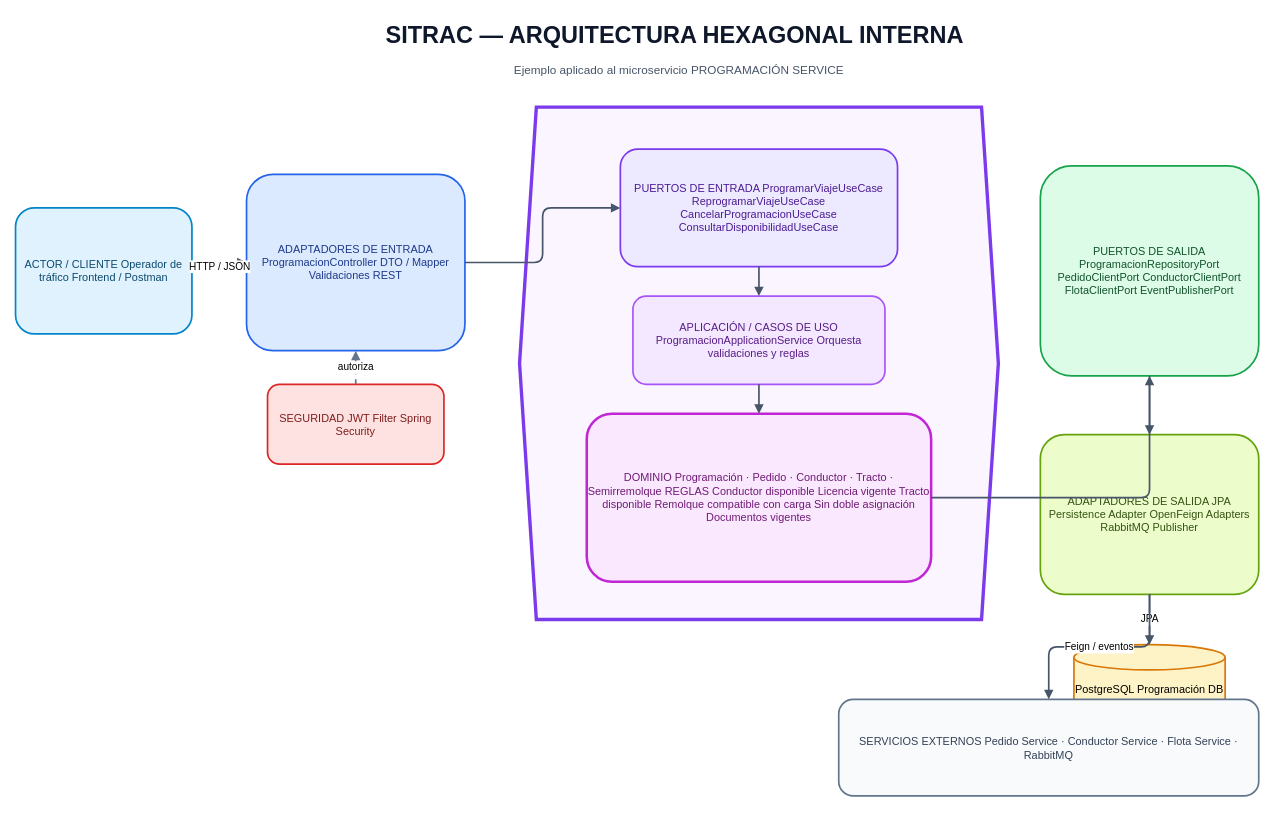
yankardev/sitrac keeps this draw.io diagram as page "02 - Hexagonal Interna" (2 of 3) of docs/SITRAC_Arquitectura_Proyecto.drawio. Above is the earlier version. Source tidied: cells renumbered, new cells numbered last; positions are measured from the earlier drawing's top-left corner, leaving out a move shared by most shapes. Both pictures are drawn from the tidied source at 84%, with x=0, y=0 at pixel (15, 14).
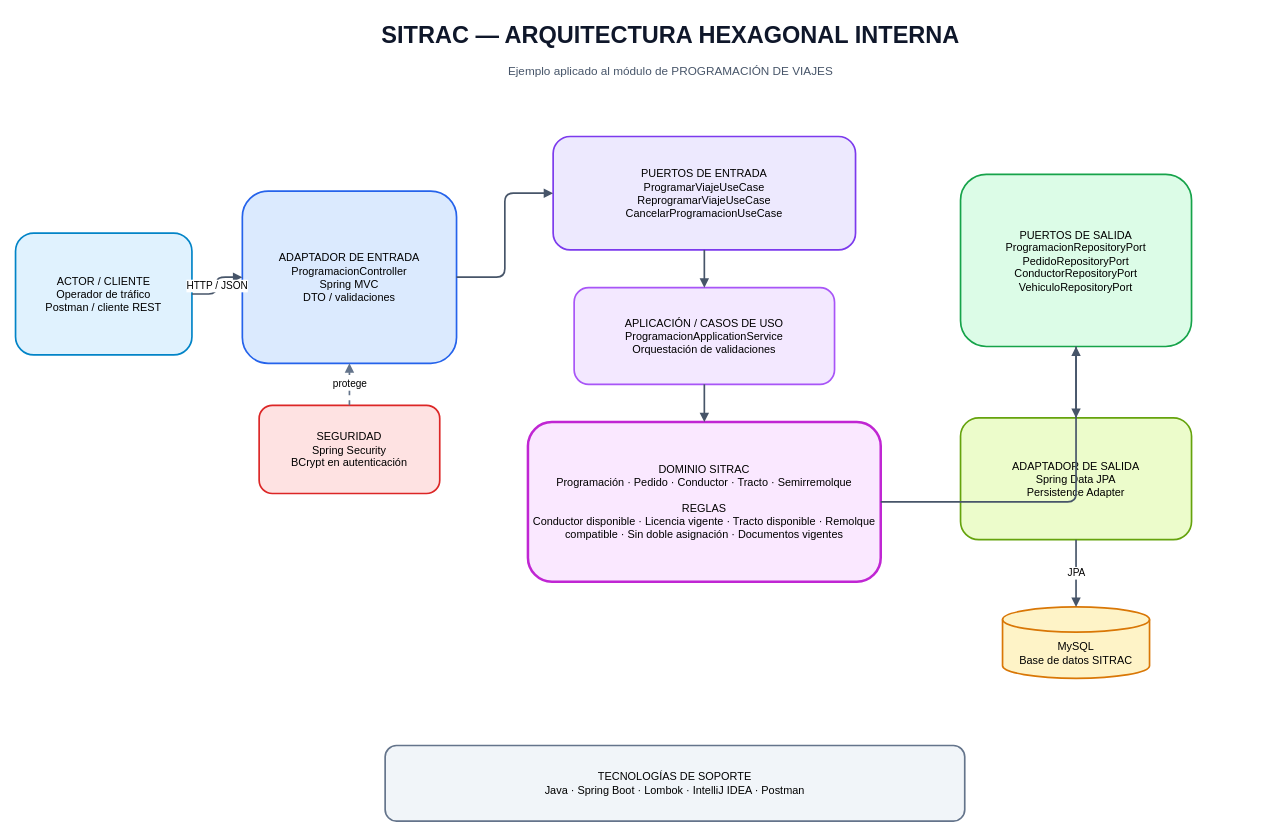
After the change.

Commit message (it also covers changes not shown here):
Actualiza diagramas SITRAC con IntelliJ IDEA, MySQL y stack requerido por el proyecto

Diff of the diagram source:
```diff
@@
-    <mxCell id="2" value="SITRAC — ARQUITECTURA HEXAGONAL INTERNA" style="text;html=1;align=center;verticalAlign=middle;whiteSpace=wrap;fontSize=28;fontStyle=1;fontColor=#0F172A;" parent="1" vertex="1">
-      <mxGeometry x="270" width="1030" height="48" as="geometry" />
+    <mxCell id="2" value="SITRAC — ARQUITECTURA HEXAGONAL INTERNA" style="text;html=1;align=center;verticalAlign=middle;whiteSpace=wrap;fontColor=#0F172A;fontSize=28;fontStyle=1;" parent="1" vertex="1">
+      <mxGeometry x="260" width="1040" height="48" as="geometry" />
     </mxCell>
-    <mxCell id="3" value="Ejemplo aplicado al microservicio PROGRAMACIÓN SERVICE" style="text;html=1;align=center;verticalAlign=middle;whiteSpace=wrap;fontSize=14;fontColor=#475569;" parent="1" vertex="1">
-      <mxGeometry x="380" y="52" width="820" height="28" as="geometry" />
-    </mxCell>
-    <mxCell id="4" value="ACTOR / CLIENTE  Operador de tráfico Frontend / Postman" style="rounded=1;whiteSpace=wrap;html=1;strokeWidth=2;fontSize=13;align=center;verticalAlign=middle;fillColor=#E0F2FE;strokeColor=#0284C7;fontColor=#0C4A6E;" parent="1" vertex="1">
-      <mxGeometry y="230" width="210" height="150" as="geometry" />
-    </mxCell>
-    <mxCell id="5" value="ADAPTADORES DE ENTRADA  ProgramacionController DTO / Mapper Validaciones REST" style="rounded=1;whiteSpace=wrap;html=1;strokeWidth=2;fontSize=13;align=center;verticalAlign=middle;fillColor=#DBEAFE;strokeColor=#2563EB;fontColor=#1E3A8A;" parent="1" vertex="1">
-      <mxGeometry x="275" y="190" width="260" height="210" as="geometry" />
-    </mxCell>
-    <mxCell id="6" value="SEGURIDAD  JWT Filter Spring Security" style="rounded=1;whiteSpace=wrap;html=1;strokeWidth=2;fontSize=13;align=center;verticalAlign=middle;fillColor=#FEE2E2;strokeColor=#DC2626;fontColor=#7F1D1D;" parent="1" vertex="1">
-      <mxGeometry x="300" y="440" width="210" height="95" as="geometry" />
-    </mxCell>
-    <mxCell id="7" style="shape=hexagon;perimeter=hexagonPerimeter2;whiteSpace=wrap;html=1;fixedSize=1;fillColor=#FAF5FF;strokeColor=#7C3AED;strokeWidth=4;" parent="1" vertex="1">
-      <mxGeometry x="600" y="110" width="570" height="610" as="geometry" />
-    </mxCell>
+    <mxCell id="24" value="Ejemplo aplicado al módulo de PROGRAMACIÓN DE VIAJES" style="text;html=1;align=center;verticalAlign=middle;whiteSpace=wrap;fontColor=#0F172A;fontSize=14;fontColor=#475569;" parent="1" vertex="1">
+      <mxGeometry x="350" y="52" width="860" height="30" as="geometry" />
+    </mxCell>
+    <mxCell id="25" value="ACTOR / CLIENTE&#10;Operador de tráfico&#10;Postman / cliente REST" style="rounded=1;whiteSpace=wrap;html=1;strokeWidth=2;fontSize=13;align=center;verticalAlign=middle;fillColor=#E0F2FE;strokeColor=#0284C7;" parent="1" vertex="1">
+      <mxGeometry y="260" width="210" height="145" as="geometry" />
+    </mxCell>
+    <mxCell id="26" value="ADAPTADOR DE ENTRADA&#10;ProgramacionController&#10;Spring MVC&#10;DTO / validaciones" style="rounded=1;whiteSpace=wrap;html=1;strokeWidth=2;fontSize=13;align=center;verticalAlign=middle;fillColor=#DBEAFE;strokeColor=#2563EB;" parent="1" vertex="1">
+      <mxGeometry x="270" y="210" width="255" height="205" as="geometry" />
+    </mxCell>
+    <mxCell id="27" value="SEGURIDAD&#10;Spring Security&#10;BCrypt en autenticación" style="rounded=1;whiteSpace=wrap;html=1;strokeWidth=2;fontSize=13;align=center;verticalAlign=middle;fillColor=#FEE2E2;strokeColor=#DC2626;" parent="1" vertex="1">
+      <mxGeometry x="290" y="465" width="215" height="105" as="geometry" />
+    </mxCell>
-    <mxCell id="8" value="PUERTOS DE ENTRADA  ProgramarViajeUseCase ReprogramarViajeUseCase CancelarProgramacionUseCase ConsultarDisponibilidadUseCase" style="rounded=1;whiteSpace=wrap;html=1;strokeWidth=2;fontSize=13;align=center;verticalAlign=middle;fillColor=#EDE9FE;strokeColor=#7C3AED;fontColor=#4C1D95;" parent="1" vertex="1">
-      <mxGeometry x="720" y="160" width="330" height="140" as="geometry" />
+    <mxCell id="8" value="PUERTOS DE ENTRADA&#10;ProgramarViajeUseCase&#10;ReprogramarViajeUseCase&#10;CancelarProgramacionUseCase" style="rounded=1;whiteSpace=wrap;html=1;strokeWidth=2;fontSize=13;align=center;verticalAlign=middle;fillColor=#EDE9FE;strokeColor=#7C3AED;" parent="1" vertex="1">
+      <mxGeometry x="640" y="145" width="360" height="135" as="geometry" />
     </mxCell>
-    <mxCell id="9" value="APLICACIÓN / CASOS DE USO  ProgramacionApplicationService Orquesta validaciones y reglas" style="rounded=1;whiteSpace=wrap;html=1;strokeWidth=2;fontSize=13;align=center;verticalAlign=middle;fillColor=#F3E8FF;strokeColor=#A855F7;fontColor=#581C87;" parent="1" vertex="1">
-      <mxGeometry x="735" y="335" width="300" height="105" as="geometry" />
+    <mxCell id="9" value="APLICACIÓN / CASOS DE USO&#10;ProgramacionApplicationService&#10;Orquestación de validaciones" style="rounded=1;whiteSpace=wrap;html=1;strokeWidth=2;fontSize=13;align=center;verticalAlign=middle;fillColor=#F3E8FF;strokeColor=#A855F7;" parent="1" vertex="1">
+      <mxGeometry x="665" y="325" width="310" height="115" as="geometry" />
     </mxCell>
-    <mxCell id="10" value="DOMINIO  Programación · Pedido · Conductor · Tracto · Semirremolque  REGLAS Conductor disponible Licencia vigente Tracto disponible Remolque compatible con carga Sin doble asignación Documentos vigentes" style="rounded=1;whiteSpace=wrap;html=1;strokeWidth=2;fontSize=13;align=center;verticalAlign=middle;fillColor=#FAE8FF;strokeColor=#C026D3;strokeWidth=3;fontColor=#701A75;" parent="1" vertex="1">
-      <mxGeometry x="680" y="475" width="410" height="200" as="geometry" />
+    <mxCell id="10" value="DOMINIO SITRAC&#10;Programación · Pedido · Conductor · Tracto · Semirremolque&#10;&#10;REGLAS&#10;Conductor disponible · Licencia vigente · Tracto disponible · Remolque compatible · Sin doble asignación · Documentos vigentes" style="rounded=1;whiteSpace=wrap;html=1;strokeWidth=2;fontSize=13;align=center;verticalAlign=middle;fillColor=#FAE8FF;strokeColor=#C026D3;strokeWidth=3;" parent="1" vertex="1">
+      <mxGeometry x="610" y="485" width="420" height="190" as="geometry" />
     </mxCell>
-    <mxCell id="11" value="PUERTOS DE SALIDA  ProgramacionRepositoryPort PedidoClientPort ConductorClientPort FlotaClientPort EventPublisherPort" style="rounded=1;whiteSpace=wrap;html=1;strokeWidth=2;fontSize=13;align=center;verticalAlign=middle;fillColor=#DCFCE7;strokeColor=#16A34A;fontColor=#14532D;" parent="1" vertex="1">
-      <mxGeometry x="1220" y="180" width="260" height="250" as="geometry" />
+    <mxCell id="11" value="PUERTOS DE SALIDA&#10;ProgramacionRepositoryPort&#10;PedidoRepositoryPort&#10;ConductorRepositoryPort&#10;VehiculoRepositoryPort" style="rounded=1;whiteSpace=wrap;html=1;strokeWidth=2;fontSize=13;align=center;verticalAlign=middle;fillColor=#DCFCE7;strokeColor=#16A34A;" parent="1" vertex="1">
+      <mxGeometry x="1125" y="190" width="275" height="205" as="geometry" />
     </mxCell>
-    <mxCell id="12" value="ADAPTADORES DE SALIDA  JPA Persistence Adapter OpenFeign Adapters RabbitMQ Publisher" style="rounded=1;whiteSpace=wrap;html=1;strokeWidth=2;fontSize=13;align=center;verticalAlign=middle;fillColor=#ECFCCB;strokeColor=#65A30D;fontColor=#365314;" parent="1" vertex="1">
-      <mxGeometry x="1220" y="500" width="260" height="190" as="geometry" />
-    </mxCell>
-    <mxCell id="13" value="PostgreSQL Programación DB" style="shape=cylinder3;whiteSpace=wrap;html=1;boundedLbl=1;backgroundOutline=1;fillColor=#FEF3C7;strokeColor=#D97706;strokeWidth=2;fontSize=13;" parent="1" vertex="1">
-      <mxGeometry x="1260" y="750" width="180" height="80" as="geometry" />
-    </mxCell>
-    <mxCell id="14" value="SERVICIOS EXTERNOS  Pedido Service · Conductor Service · Flota Service · RabbitMQ" style="rounded=1;whiteSpace=wrap;html=1;strokeWidth=2;fontSize=13;align=center;verticalAlign=middle;fillColor=#F8FAFC;strokeColor=#64748B;fontColor=#334155;" parent="1" vertex="1">
-      <mxGeometry x="980" y="815" width="500" height="115" as="geometry" />
-    </mxCell>
+    <mxCell id="28" value="ADAPTADOR DE SALIDA&#10;Spring Data JPA&#10;Persistence Adapter" style="rounded=1;whiteSpace=wrap;html=1;strokeWidth=2;fontSize=13;align=center;verticalAlign=middle;fillColor=#ECFCCB;strokeColor=#65A30D;" parent="1" vertex="1">
+      <mxGeometry x="1125" y="480" width="275" height="145" as="geometry" />
+    </mxCell>
+    <mxCell id="29" value="MySQL&#10;Base de datos SITRAC" style="shape=cylinder3;whiteSpace=wrap;html=1;boundedLbl=1;backgroundOutline=1;fillColor=#FEF3C7;strokeColor=#D97706;strokeWidth=2;fontSize=13;" parent="1" vertex="1">
+      <mxGeometry x="1175" y="705" width="175" height="85" as="geometry" />
+    </mxCell>
+    <mxCell id="30" value="TECNOLOGÍAS DE SOPORTE&#10;Java · Spring Boot · Lombok · IntelliJ IDEA · Postman" style="rounded=1;whiteSpace=wrap;html=1;strokeWidth=2;fontSize=13;align=center;verticalAlign=middle;fillColor=#F1F5F9;strokeColor=#64748B;" parent="1" vertex="1">
+      <mxGeometry x="440" y="870" width="690" height="90" as="geometry" />
+    </mxCell>
-    <mxCell id="15" value="HTTP / JSON" style="edgeStyle=orthogonalEdgeStyle;rounded=1;html=1;endArrow=block;endFill=1;strokeWidth=2;strokeColor=#475569;fontSize=12;" parent="1" edge="1" source="4" target="5">
+    <mxCell id="15" value="HTTP / JSON" style="edgeStyle=orthogonalEdgeStyle;rounded=1;html=1;endArrow=block;endFill=1;strokeWidth=2;strokeColor=#475569;fontSize=12;" parent="1" edge="1" source="25" target="26">
       <mxGeometry relative="1" as="geometry" />
     </mxCell>
-    <mxCell id="16" value="autoriza" style="edgeStyle=orthogonalEdgeStyle;rounded=1;html=1;dashed=1;endArrow=block;endFill=1;strokeWidth=2;strokeColor=#64748B;fontSize=12;" parent="1" edge="1" source="6" target="5">
-      <mxGeometry relative="1" as="geometry" />
-    </mxCell>
-    <mxCell id="17" style="edgeStyle=orthogonalEdgeStyle;rounded=1;html=1;endArrow=block;endFill=1;strokeWidth=2;strokeColor=#475569;fontSize=12;" parent="1" edge="1" source="5" target="8">
-      <mxGeometry relative="1" as="geometry" />
-    </mxCell>
+    <mxCell id="31" value="protege" style="edgeStyle=orthogonalEdgeStyle;rounded=1;html=1;dashed=1;endArrow=block;endFill=1;strokeWidth=2;strokeColor=#64748B;fontSize=12;" parent="1" edge="1" source="27" target="26">
+      <mxGeometry relative="1" as="geometry" />
+    </mxCell>
+    <mxCell id="32" style="edgeStyle=orthogonalEdgeStyle;rounded=1;html=1;endArrow=block;endFill=1;strokeWidth=2;strokeColor=#475569;fontSize=12;" parent="1" edge="1" source="26" target="8">
+      <mxGeometry relative="1" as="geometry" />
+    </mxCell>
@@
-    <mxCell id="21" style="edgeStyle=orthogonalEdgeStyle;rounded=1;html=1;endArrow=block;endFill=1;strokeWidth=2;strokeColor=#475569;fontSize=12;" parent="1" edge="1" source="11" target="12">
-      <mxGeometry relative="1" as="geometry" />
-    </mxCell>
+    <mxCell id="33" style="edgeStyle=orthogonalEdgeStyle;rounded=1;html=1;endArrow=block;endFill=1;strokeWidth=2;strokeColor=#475569;fontSize=12;" parent="1" edge="1" source="11" target="28">
+      <mxGeometry relative="1" as="geometry" />
+    </mxCell>
-    <mxCell id="22" value="JPA" style="edgeStyle=orthogonalEdgeStyle;rounded=1;html=1;endArrow=block;endFill=1;strokeWidth=2;strokeColor=#475569;fontSize=12;" parent="1" edge="1" source="12" target="13">
+    <mxCell id="22" value="JPA" style="edgeStyle=orthogonalEdgeStyle;rounded=1;html=1;endArrow=block;endFill=1;strokeWidth=2;strokeColor=#475569;fontSize=12;" parent="1" edge="1" source="28" target="29">
       <mxGeometry relative="1" as="geometry" />
     </mxCell>
-    <mxCell id="23" value="Feign / eventos" style="edgeStyle=orthogonalEdgeStyle;rounded=1;html=1;endArrow=block;endFill=1;strokeWidth=2;strokeColor=#475569;fontSize=12;" parent="1" edge="1" source="12" target="14">
-      <mxGeometry relative="1" as="geometry" />
-    </mxCell>
```
